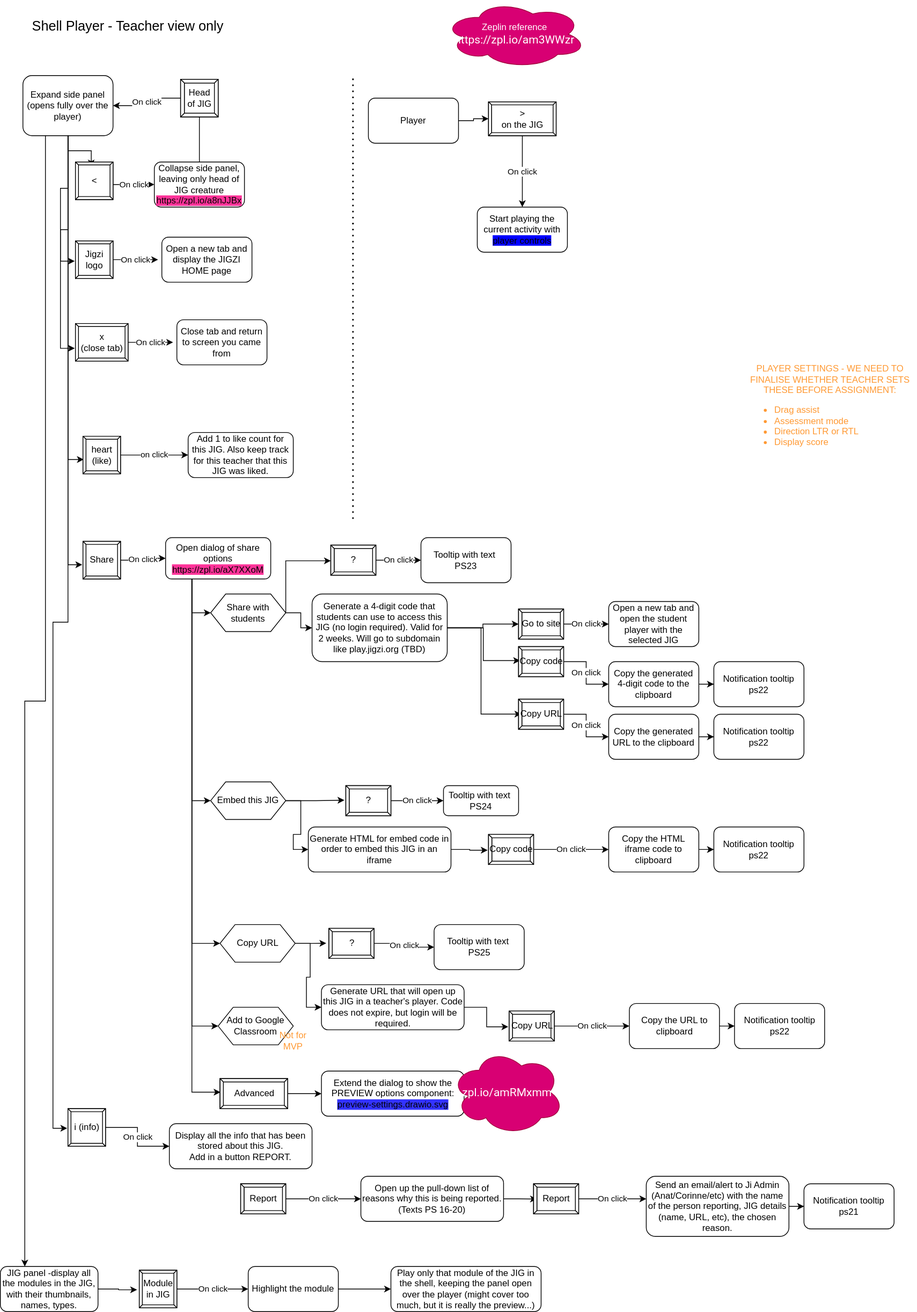
This is jig/shell_player.drawio.svg from ji-devs/ji-cloud-flowcharts, a draw.io export, as it was before one commit. Source tidied: cells renumbered, new cells last; positions are measured from the earlier drawing's top-left corner, leaving out a move shared by most shapes.
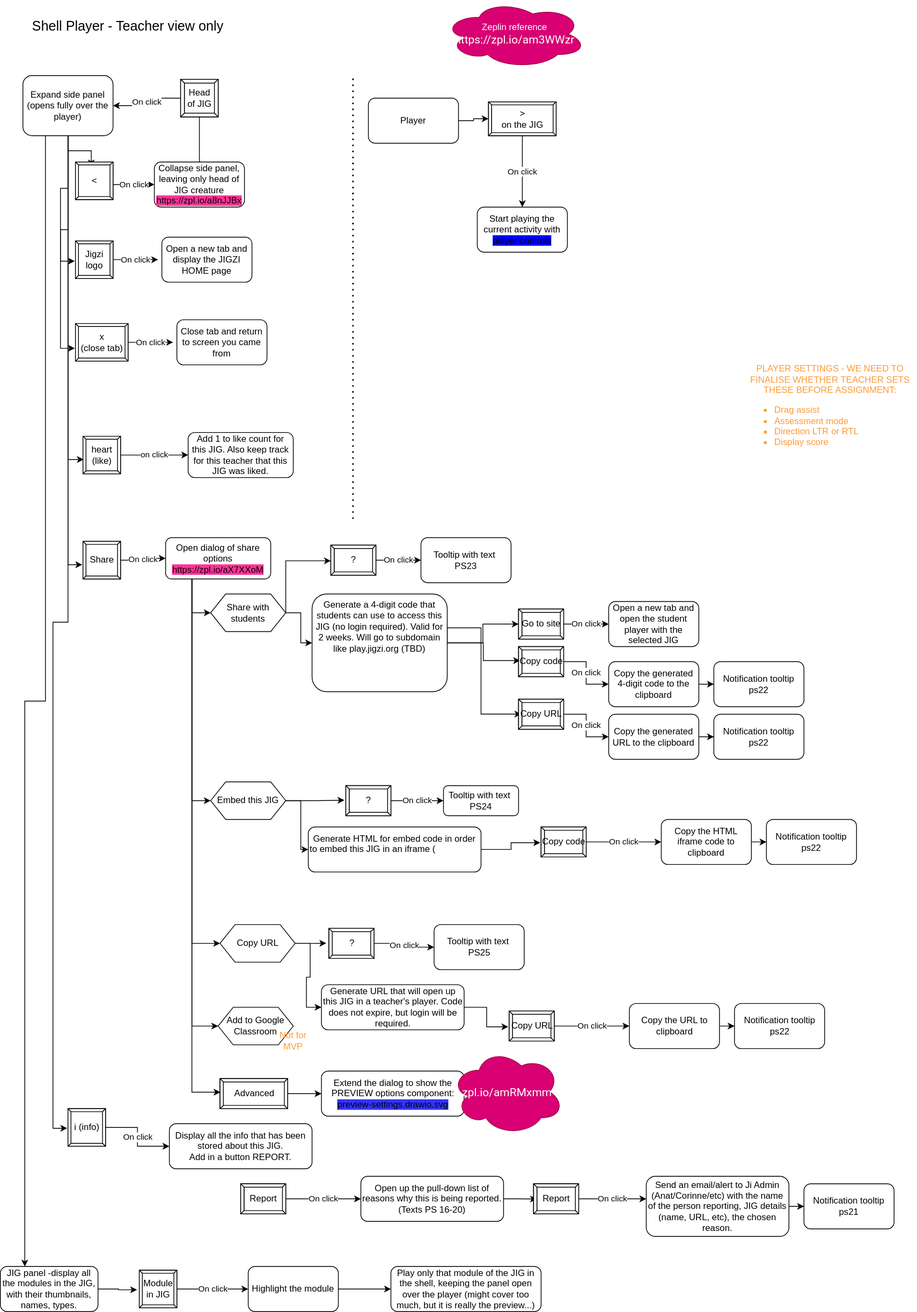
The same file after the commit.

Commit message:
Added in to generate the code for embed and 4-digit code to include the advanced settings

Diff of the diagram source:
```diff
@@ -170,7 +170,12 @@
       <mxGeometry x="280" y="790" width="100" height="50" as="geometry" />
     </mxCell>
     <mxCell id="49" style="edgeStyle=orthogonalEdgeStyle;rounded=0;jettySize=auto;html=1;entryX=0;entryY=0.5;entryDx=0;entryDy=0;" parent="1" edge="1" source="50" target="81">
-      <mxGeometry relative="1" as="geometry" />
+      <mxGeometry relative="1" as="geometry">
+        <Array as="points">
+          <mxPoint x="400" y="1065" />
+          <mxPoint x="400" y="1130" />
+        </Array>
+      </mxGeometry>
     </mxCell>
     <mxCell id="50" value="Embed this JIG" style="shape=hexagon;perimeter=hexagonPerimeter2;whiteSpace=wrap;html=1;fixedSize=1;size=20;" parent="1" vertex="1">
       <mxGeometry x="280" y="1040" width="100" height="50" as="geometry" />
@@ -222,16 +227,16 @@
         </Array>
       </mxGeometry>
     </mxCell>
-    <mxCell id="65" style="edgeStyle=orthogonalEdgeStyle;rounded=0;jettySize=auto;html=1;entryX=0.033;entryY=0.465;entryDx=0;entryDy=0;entryPerimeter=0;" parent="1" edge="1" source="66" target="70">
+    <mxCell id="65" style="edgeStyle=orthogonalEdgeStyle;rounded=0;jettySize=auto;html=1;entryX=0.033;entryY=0.465;entryDx=0;entryDy=0;entryPerimeter=0;exitX=1;exitY=0.5;exitDx=0;exitDy=0;" parent="1" edge="1" source="66" target="70">
       <mxGeometry relative="1" as="geometry">
         <Array as="points">
-          <mxPoint x="643" y="835" />
+          <mxPoint x="643" y="855" />
           <mxPoint x="643" y="879" />
         </Array>
       </mxGeometry>
     </mxCell>
-    <mxCell id="66" value="Generate a 4-digit code that students can use to access this JIG (no login required). Valid for 2 weeks. Will go to subdomain like play.jigzi.org (TBD)" style="rounded=1;whiteSpace=wrap;html=1;" parent="1" vertex="1">
-      <mxGeometry x="415" y="790" width="180" height="90" as="geometry" />
+    <mxCell id="66" value="Generate a 4-digit code that students can use to access this JIG (no login required). Valid for 2 weeks. Will go to subdomain like play.jigzi.org (TBD)&lt;br&gt;&lt;span style=&quot;color: rgb(255 , 255 , 255)&quot;&gt;&lt;br&gt;(take into account any advanced settings)&lt;/span&gt;" style="rounded=1;whiteSpace=wrap;html=1;" parent="1" vertex="1">
+      <mxGeometry x="415" y="790" width="180" height="130" as="geometry" />
     </mxCell>
     <mxCell id="67" value="On click" style="edgeStyle=orthogonalEdgeStyle;rounded=0;jettySize=auto;html=1;" parent="1" edge="1" source="68">
       <mxGeometry relative="1" as="geometry">
@@ -277,23 +282,23 @@
     <mxCell id="80" style="edgeStyle=orthogonalEdgeStyle;rounded=0;jettySize=auto;html=1;exitX=1;exitY=0.5;exitDx=0;exitDy=0;entryX=-0.02;entryY=0.525;entryDx=0;entryDy=0;entryPerimeter=0;" parent="1" edge="1" source="81" target="83">
       <mxGeometry relative="1" as="geometry" />
     </mxCell>
-    <mxCell id="81" value="Generate HTML for embed code in order to embed this JIG in an iframe" style="rounded=1;whiteSpace=wrap;html=1;" parent="1" vertex="1">
-      <mxGeometry x="410" y="1100" width="190" height="60" as="geometry" />
+    <mxCell id="81" value="Generate HTML for embed code in order to embed this JIG in an iframe (&lt;span style=&quot;color: rgb(255 , 255 , 255)&quot;&gt;taking into account any advanced settings)&lt;/span&gt;" style="rounded=1;whiteSpace=wrap;html=1;" parent="1" vertex="1">
+      <mxGeometry x="410" y="1100" width="230" height="60" as="geometry" />
     </mxCell>
     <mxCell id="82" value="On click" style="edgeStyle=orthogonalEdgeStyle;rounded=0;jettySize=auto;html=1;entryX=0;entryY=0.5;entryDx=0;entryDy=0;" parent="1" edge="1" source="83" target="85">
       <mxGeometry relative="1" as="geometry" />
     </mxCell>
     <mxCell id="83" value="Copy code" style="labelPosition=center;verticalLabelPosition=middle;align=center;html=1;shape=mxgraph.basic.button;dx=4.4;" parent="1" vertex="1">
-      <mxGeometry x="650" y="1110" width="60" height="40" as="geometry" />
+      <mxGeometry x="720" y="1100" width="60" height="40" as="geometry" />
     </mxCell>
     <mxCell id="84" style="edgeStyle=orthogonalEdgeStyle;rounded=0;jettySize=auto;html=1;entryX=0;entryY=0.5;entryDx=0;entryDy=0;" parent="1" edge="1" source="85" target="86">
       <mxGeometry relative="1" as="geometry" />
     </mxCell>
     <mxCell id="85" value="Copy the HTML iframe code to clipboard" style="rounded=1;whiteSpace=wrap;html=1;" parent="1" vertex="1">
-      <mxGeometry x="810" y="1100" width="120" height="60" as="geometry" />
+      <mxGeometry x="880" y="1090" width="120" height="60" as="geometry" />
     </mxCell>
     <mxCell id="86" value="Notification tooltip ps22" style="rounded=1;whiteSpace=wrap;html=1;" parent="1" vertex="1">
-      <mxGeometry x="950" y="1100" width="120" height="60" as="geometry" />
+      <mxGeometry x="1020" y="1090" width="120" height="60" as="geometry" />
     </mxCell>
     <mxCell id="87" style="edgeStyle=orthogonalEdgeStyle;rounded=0;jettySize=auto;html=1;entryX=0;entryY=0.5;entryDx=0;entryDy=0;exitX=1;exitY=0.5;exitDx=0;exitDy=0;" parent="1" edge="1" source="51" target="89">
       <mxGeometry relative="1" as="geometry" />
```
